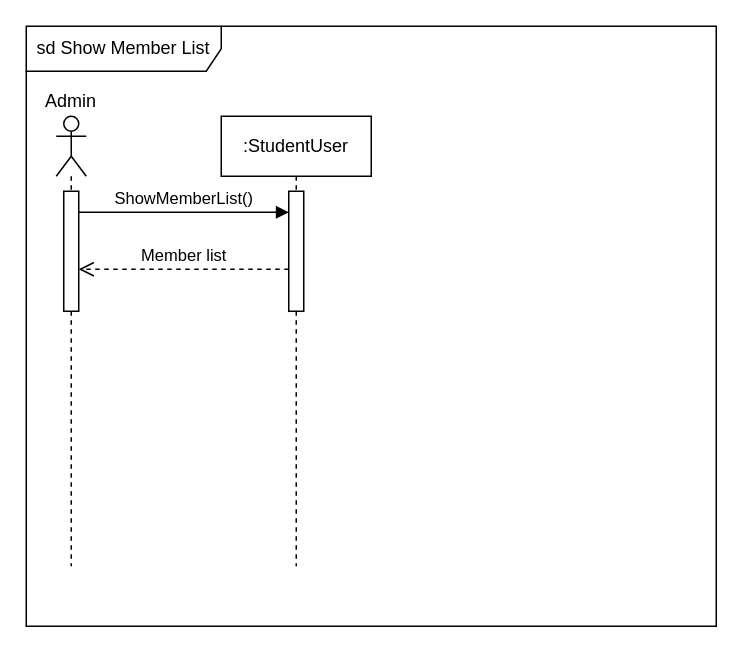
The draw.io diagram Show Member List Sequence Diagram.drawio in m-bassiri/HamyarApp, before the edit. Source tidied: cells renumbered, new cells numbered last; positions are measured from the earlier drawing's top-left corner, leaving out a move shared by most shapes. Both pictures are drawn from the tidied source at 150%, with x=0, y=0 at pixel (26, 26).
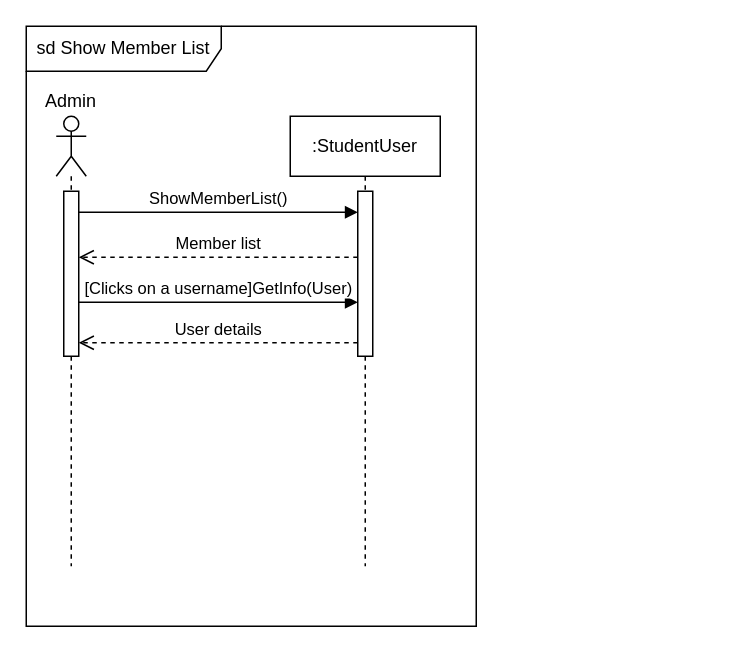
Above is the later version.

Change to the diagram source:
```diff
@@
 <mxGraphModel>
   <root>
     <mxCell id="0" />
     <mxCell id="1" parent="0" />
     <mxCell id="2" value="sd Show Member List" style="shape=umlFrame;whiteSpace=wrap;html=1;width=130;height=30;" parent="1" vertex="1">
-      <mxGeometry width="460" height="400" as="geometry" />
+      <mxGeometry width="300" height="400" as="geometry" />
     </mxCell>
     <mxCell id="3" style="shape=umlLifeline;participant=umlActor;perimeter=lifelinePerimeter;whiteSpace=wrap;html=1;verticalAlign=top;spacingTop=36;labelBackgroundColor=#ffffff;" parent="1" vertex="1">
       <mxGeometry x="20" y="60" width="20" height="300" as="geometry" />
     </mxCell>
     <mxCell id="4" style="html=1;perimeter=orthogonalPerimeter;" parent="3" vertex="1">
-      <mxGeometry x="5" y="50" width="10" height="80" as="geometry" />
+      <mxGeometry x="5" y="50" width="10" height="110" as="geometry" />
     </mxCell>
     <mxCell id="5" value="Admin" style="text;html=1;strokeColor=none;fillColor=none;align=center;verticalAlign=middle;whiteSpace=wrap;rounded=0;" parent="1" vertex="1">
       <mxGeometry x="10" y="40" width="40" height="20" as="geometry" />
     </mxCell>
     <mxCell id="6" value=":StudentUser" style="shape=umlLifeline;perimeter=lifelinePerimeter;whiteSpace=wrap;html=1;" parent="1" vertex="1">
-      <mxGeometry x="130" y="60" width="100" height="300" as="geometry" />
+      <mxGeometry x="176" y="60" width="100" height="300" as="geometry" />
     </mxCell>
     <mxCell id="7" style="html=1;points=[];perimeter=orthogonalPerimeter;" parent="6" vertex="1">
-      <mxGeometry x="45" y="50" width="10" height="80" as="geometry" />
+      <mxGeometry x="45" y="50" width="10" height="110" as="geometry" />
     </mxCell>
-    <mxCell id="8" value="ShowMemberList()" style="html=1;verticalAlign=bottom;endArrow=block;" parent="1" edge="1">
+    <mxCell id="8" value="ShowMemberList()" style="html=1;verticalAlign=bottom;endArrow=block;" parent="1" edge="1" target="7">
       <mxGeometry relative="1" as="geometry">
         <mxPoint x="35" y="124" as="sourcePoint" />
-        <mxPoint x="175" y="124" as="targetPoint" />
       </mxGeometry>
     </mxCell>
     <mxCell id="9" value="Member list&lt;br&gt;" style="html=1;verticalAlign=bottom;endArrow=open;dashed=1;endSize=8;" parent="1" edge="1">
       <mxGeometry relative="1" as="geometry">
-        <mxPoint x="175" y="162" as="sourcePoint" />
-        <mxPoint x="35" y="162" as="targetPoint" />
+        <mxPoint x="221" y="154" as="sourcePoint" />
+        <mxPoint x="35" y="154" as="targetPoint" />
       </mxGeometry>
     </mxCell>
+    <mxCell id="10" value="[Clicks on a username]GetInfo(User)" style="html=1;verticalAlign=bottom;endArrow=block;" parent="1" edge="1">
+      <mxGeometry relative="1" as="geometry">
+        <mxPoint x="35" y="184" as="sourcePoint" />
+        <mxPoint x="221" y="184" as="targetPoint" />
+      </mxGeometry>
+    </mxCell>
+    <mxCell id="11" value="User details" style="html=1;verticalAlign=bottom;endArrow=open;dashed=1;endSize=8;" parent="1" edge="1">
+      <mxGeometry relative="1" as="geometry">
+        <mxPoint x="221" y="211" as="sourcePoint" />
+        <mxPoint x="35" y="211" as="targetPoint" />
+      </mxGeometry>
+    </mxCell>
   </root>
 </mxGraphModel>
```
